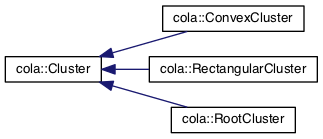
Above: documentation/inherit_graph_15.png in mjwybrow/adaptagrams (Graphviz), before the change. Its source is kept beside it as documentation/inherit_graph_15.dot. Source of this version:
```dot
digraph "Graphical Class Hierarchy"
{
  edge [fontname="Helvetica",fontsize="10",labelfontname="Helvetica",labelfontsize="10"];
  node [fontname="Helvetica",fontsize="10",shape=record];
  rankdir="LR";
  Node1 [label="cola::Cluster",height=0.2,width=0.4,color="black", fillcolor="white", style="filled",URL="$classcola_1_1Cluster.html",tooltip="A cluster defines a hierarchical partitioning over the nodes which should be kept disjoint by the lay..."];
  Node1 -> Node2 [dir="back",color="midnightblue",fontsize="10",style="solid",fontname="Helvetica"];
  Node2 [label="cola::ConvexCluster",height=0.2,width=0.4,color="black", fillcolor="white", style="filled",URL="$classcola_1_1ConvexCluster.html",tooltip="Defines a cluster that will be treated as a convex boundary around the child nodes and clusters..."];
  Node1 -> Node3 [dir="back",color="midnightblue",fontsize="10",style="solid",fontname="Helvetica"];
  Node3 [label="cola::RectangularCluster",height=0.2,width=0.4,color="black", fillcolor="white", style="filled",URL="$classcola_1_1RectangularCluster.html",tooltip="Defines a rectangular cluster, either variable-sized with floating sides or a fixed size based on a p..."];
  Node1 -> Node4 [dir="back",color="midnightblue",fontsize="10",style="solid",fontname="Helvetica"];
  Node4 [label="cola::RootCluster",height=0.2,width=0.4,color="black", fillcolor="white", style="filled",URL="$classcola_1_1RootCluster.html",tooltip="Holds the cluster hierarchy specification for a diagram. "];
}
```
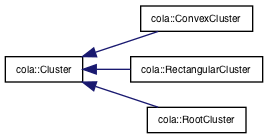
The same diagram one commit later.

What changed in the source:
```diff
@@ -3,11 +3,11 @@
   edge [fontname="Helvetica",fontsize="10",labelfontname="Helvetica",labelfontsize="10"];
   node [fontname="Helvetica",fontsize="10",shape=record];
   rankdir="LR";
-  Node1 [label="cola::Cluster",height=0.2,width=0.4,color="black", fillcolor="white", style="filled",URL="$classcola_1_1Cluster.html",tooltip="A cluster defines a hierarchical partitioning over the nodes which should be kept disjoint by the lay..."];
-  Node1 -> Node2 [dir="back",color="midnightblue",fontsize="10",style="solid",fontname="Helvetica"];
-  Node2 [label="cola::ConvexCluster",height=0.2,width=0.4,color="black", fillcolor="white", style="filled",URL="$classcola_1_1ConvexCluster.html",tooltip="Defines a cluster that will be treated as a convex boundary around the child nodes and clusters..."];
-  Node1 -> Node3 [dir="back",color="midnightblue",fontsize="10",style="solid",fontname="Helvetica"];
-  Node3 [label="cola::RectangularCluster",height=0.2,width=0.4,color="black", fillcolor="white", style="filled",URL="$classcola_1_1RectangularCluster.html",tooltip="Defines a rectangular cluster, either variable-sized with floating sides or a fixed size based on a p..."];
-  Node1 -> Node4 [dir="back",color="midnightblue",fontsize="10",style="solid",fontname="Helvetica"];
-  Node4 [label="cola::RootCluster",height=0.2,width=0.4,color="black", fillcolor="white", style="filled",URL="$classcola_1_1RootCluster.html",tooltip="Holds the cluster hierarchy specification for a diagram. "];
+  Node0 [label="cola::Cluster",height=0.2,width=0.4,color="black", fillcolor="white", style="filled",URL="$classcola_1_1Cluster.html",tooltip="A cluster defines a hierarchical partitioning over the nodes which should be kept disjoint by the lay..."];
+  Node0 -> Node1 [dir="back",color="midnightblue",fontsize="10",style="solid",fontname="Helvetica"];
+  Node1 [label="cola::ConvexCluster",height=0.2,width=0.4,color="black", fillcolor="white", style="filled",URL="$classcola_1_1ConvexCluster.html",tooltip="Defines a cluster that will be treated as a convex boundary around the child nodes and clusters..."];
+  Node0 -> Node2 [dir="back",color="midnightblue",fontsize="10",style="solid",fontname="Helvetica"];
+  Node2 [label="cola::RectangularCluster",height=0.2,width=0.4,color="black", fillcolor="white", style="filled",URL="$classcola_1_1RectangularCluster.html",tooltip="Defines a rectangular cluster, either variable-sized with floating sides or a fixed size based on a p..."];
+  Node0 -> Node3 [dir="back",color="midnightblue",fontsize="10",style="solid",fontname="Helvetica"];
+  Node3 [label="cola::RootCluster",height=0.2,width=0.4,color="black", fillcolor="white", style="filled",URL="$classcola_1_1RootCluster.html",tooltip="Holds the cluster hierarchy specification for a diagram. "];
 }
```
